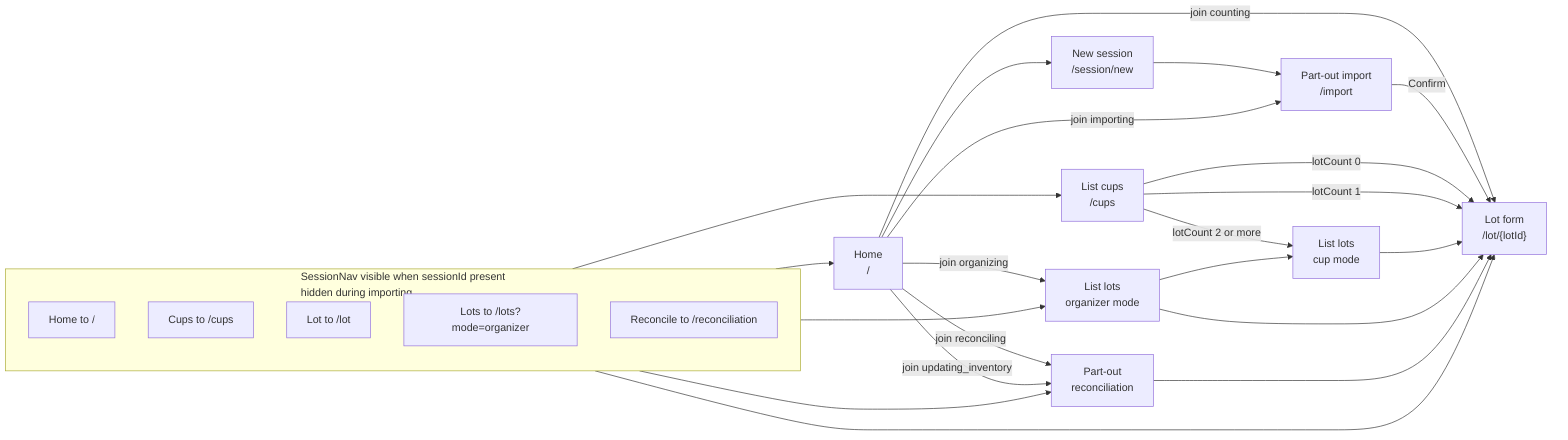
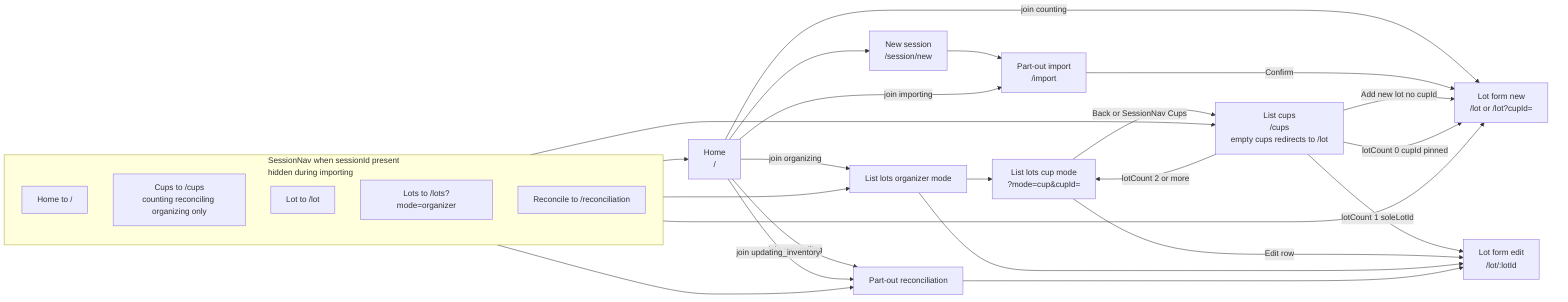
%% View navigation and post-join routing
%% Sources: docs/view-specs/README.md, home.md, list-cups.md
+ %% Cup tap detail: cup-tap-routing.mmd

flowchart LR
    HOME["Home<br>/"]

-     subgraph sessionNav["SessionNav visible when sessionId present<br>hidden during importing"]
+     subgraph sessionNav["SessionNav when sessionId present<br>hidden during importing"]
        direction TB
        NAV_HOME["Home to /"]
-         NAV_CUPS["Cups to /cups"]
+         NAV_CUPS["Cups to /cups<br>counting reconciling organizing only"]
        NAV_LOT["Lot to /lot"]
        NAV_LOTS["Lots to /lots?mode=organizer"]
        NAV_RECON["Reconcile to /reconciliation"]
    end

    NEW["New session<br>/session/new"]
    IMPORT["Part-out import<br>/import"]
-     LOT["Lot form<br>/lot/{lotId}"]
-     CUPS["List cups<br>/cups"]
-     LOTS_CUP["List lots<br>cup mode"]
-     LOTS_ORG["List lots<br>organizer mode"]
-     RECON["Part-out<br>reconciliation"]
+     LOT_NEW["Lot form new<br>/lot or /lot?cupId="]
+     LOT_EDIT["Lot form edit<br>/lot/:lotId"]
+     CUPS["List cups<br>/cups<br>empty cups redirects to /lot"]
+     LOTS_CUP["List lots cup mode<br>?mode=cup&cupId="]
+     LOTS_ORG["List lots organizer mode"]
+     RECON["Part-out reconciliation"]

    HOME --> NEW
    NEW --> IMPORT

    HOME -->|"join importing"| IMPORT
-     HOME -->|"join counting"| LOT
+     HOME -->|"join counting"| LOT_NEW
    HOME -->|"join reconciling"| RECON
    HOME -->|"join organizing"| LOTS_ORG
    HOME -->|"join updating_inventory"| RECON

-     IMPORT -->|"Confirm"| LOT
+     IMPORT -->|"Confirm"| LOT_NEW

    NAV_HOME --> HOME
    NAV_CUPS --> CUPS
-     NAV_LOT --> LOT
+     NAV_LOT --> LOT_NEW
    NAV_LOTS --> LOTS_ORG
    NAV_RECON --> RECON

-     CUPS -->|"lotCount 0"| LOT
-     CUPS -->|"lotCount 1"| LOT
+     CUPS -->|"Add new lot no cupId"| LOT_NEW
+     CUPS -->|"lotCount 0 cupId pinned"| LOT_NEW
+     CUPS -->|"lotCount 1 soleLotId"| LOT_EDIT
    CUPS -->|"lotCount 2 or more"| LOTS_CUP
-     LOTS_CUP --> LOT
-     LOTS_ORG --> LOT
+     LOTS_CUP -->|"Edit row"| LOT_EDIT
+     LOTS_CUP -->|"Back or SessionNav Cups"| CUPS
+     LOTS_ORG --> LOT_EDIT
    LOTS_ORG --> LOTS_CUP
-     RECON --> LOT
+     RECON --> LOT_EDIT
